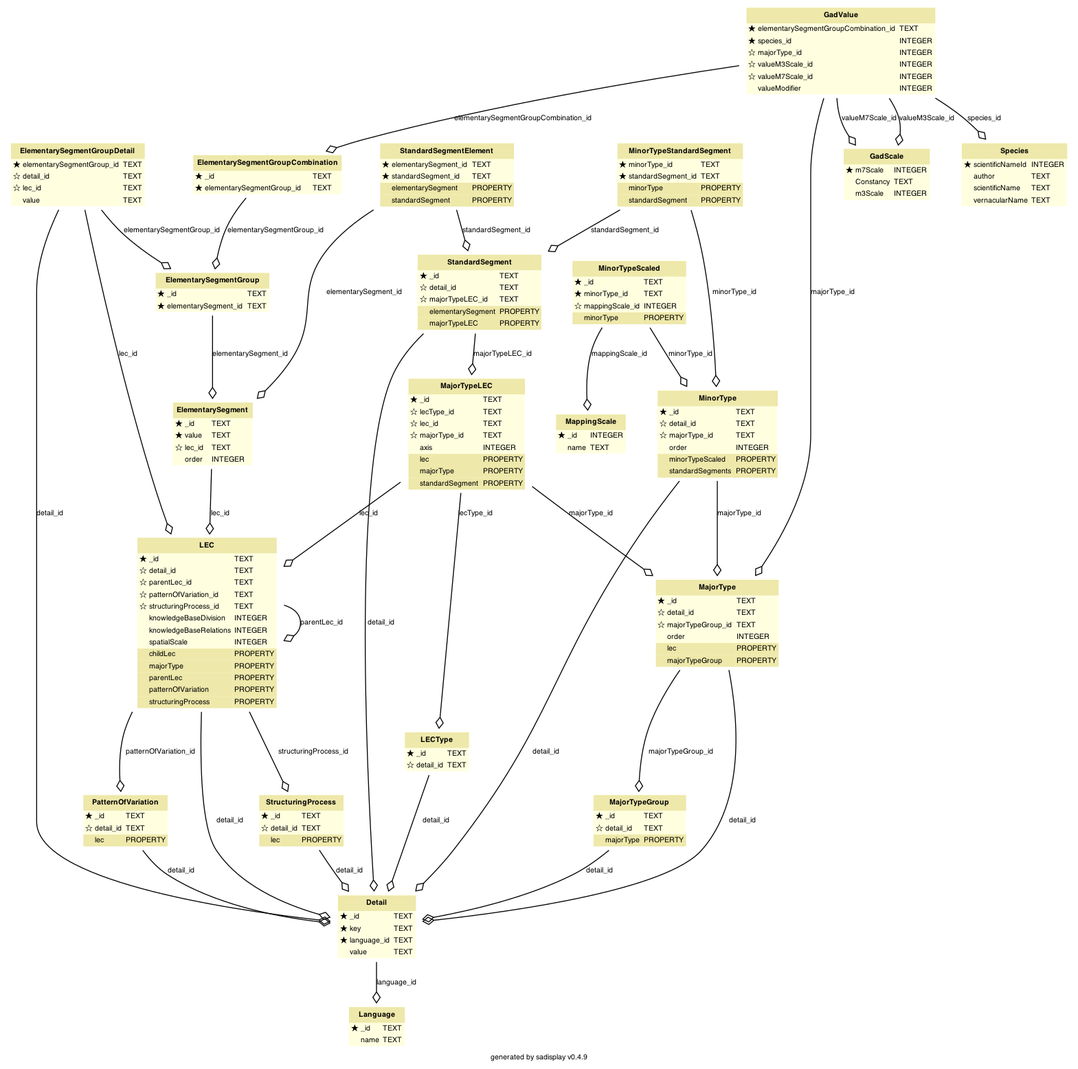
Before: scripts/database/schema.png, a diagram exported from Graphviz (MichalTorma/natur-i-norge). Its source is kept beside it as scripts/database/schema.dot.
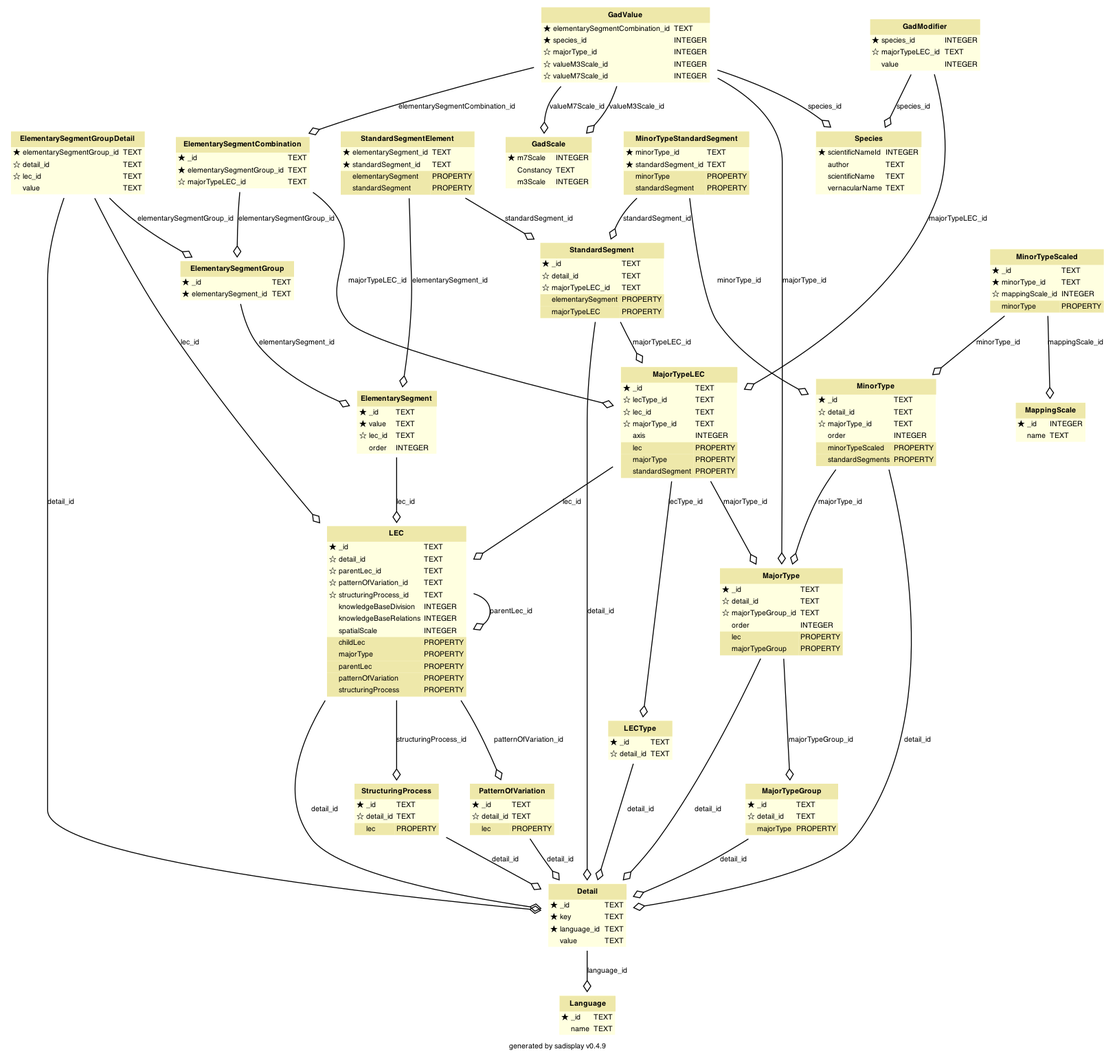
The same file after the commit.

Diff of the diagram source:
```diff
@@ -69,6 +69,29 @@
     >]
 
 
+        ElementarySegmentCombination [label=<
+        <TABLE BGCOLOR="lightyellow" BORDER="0"
+            CELLBORDER="0" CELLSPACING="0">
+                <TR><TD COLSPAN="2" CELLPADDING="4"
+                        ALIGN="CENTER" BGCOLOR="palegoldenrod"
+                ><FONT FACE="Helvetica Bold" COLOR="black"
+                >ElementarySegmentCombination</FONT></TD></TR><TR><TD ALIGN="LEFT" BORDER="0"
+        ><FONT FACE="Bitstream Vera Sans">★ _id</FONT
+        ></TD><TD ALIGN="LEFT"
+        ><FONT FACE="Bitstream Vera Sans">TEXT</FONT
+        ></TD></TR> <TR><TD ALIGN="LEFT" BORDER="0"
+        ><FONT FACE="Bitstream Vera Sans">★ elementarySegmentGroup_id</FONT
+        ></TD><TD ALIGN="LEFT"
+        ><FONT FACE="Bitstream Vera Sans">TEXT</FONT
+        ></TD></TR> <TR><TD ALIGN="LEFT" BORDER="0"
+        ><FONT FACE="Bitstream Vera Sans">☆ majorTypeLEC_id</FONT
+        ></TD><TD ALIGN="LEFT"
+        ><FONT FACE="Bitstream Vera Sans">TEXT</FONT
+        ></TD></TR>
+        </TABLE>
+    >]
+
+
         ElementarySegmentGroup [label=<
         <TABLE BGCOLOR="lightyellow" BORDER="0"
             CELLBORDER="0" CELLSPACING="0">
@@ -81,25 +104,6 @@
         ><FONT FACE="Bitstream Vera Sans">TEXT</FONT
         ></TD></TR> <TR><TD ALIGN="LEFT" BORDER="0"
         ><FONT FACE="Bitstream Vera Sans">★ elementarySegment_id</FONT
-        ></TD><TD ALIGN="LEFT"
-        ><FONT FACE="Bitstream Vera Sans">TEXT</FONT
-        ></TD></TR>
-        </TABLE>
-    >]
-
-
-        ElementarySegmentGroupCombination [label=<
-        <TABLE BGCOLOR="lightyellow" BORDER="0"
-            CELLBORDER="0" CELLSPACING="0">
-                <TR><TD COLSPAN="2" CELLPADDING="4"
-                        ALIGN="CENTER" BGCOLOR="palegoldenrod"
-                ><FONT FACE="Helvetica Bold" COLOR="black"
-                >ElementarySegmentGroupCombination</FONT></TD></TR><TR><TD ALIGN="LEFT" BORDER="0"
-        ><FONT FACE="Bitstream Vera Sans">★ _id</FONT
-        ></TD><TD ALIGN="LEFT"
-        ><FONT FACE="Bitstream Vera Sans">TEXT</FONT
-        ></TD></TR> <TR><TD ALIGN="LEFT" BORDER="0"
-        ><FONT FACE="Bitstream Vera Sans">★ elementarySegmentGroup_id</FONT
         ></TD><TD ALIGN="LEFT"
         ><FONT FACE="Bitstream Vera Sans">TEXT</FONT
         ></TD></TR>
@@ -129,6 +133,29 @@
         ><FONT FACE="Bitstream Vera Sans">⚪ value</FONT
         ></TD><TD ALIGN="LEFT"
         ><FONT FACE="Bitstream Vera Sans">TEXT</FONT
+        ></TD></TR>
+        </TABLE>
+    >]
+
+
+        GadModifier [label=<
+        <TABLE BGCOLOR="lightyellow" BORDER="0"
+            CELLBORDER="0" CELLSPACING="0">
+                <TR><TD COLSPAN="2" CELLPADDING="4"
+                        ALIGN="CENTER" BGCOLOR="palegoldenrod"
+                ><FONT FACE="Helvetica Bold" COLOR="black"
+                >GadModifier</FONT></TD></TR><TR><TD ALIGN="LEFT" BORDER="0"
+        ><FONT FACE="Bitstream Vera Sans">★ species_id</FONT
+        ></TD><TD ALIGN="LEFT"
+        ><FONT FACE="Bitstream Vera Sans">INTEGER</FONT
+        ></TD></TR> <TR><TD ALIGN="LEFT" BORDER="0"
+        ><FONT FACE="Bitstream Vera Sans">☆ majorTypeLEC_id</FONT
+        ></TD><TD ALIGN="LEFT"
+        ><FONT FACE="Bitstream Vera Sans">TEXT</FONT
+        ></TD></TR> <TR><TD ALIGN="LEFT" BORDER="0"
+        ><FONT FACE="Bitstream Vera Sans">⚪ value</FONT
+        ></TD><TD ALIGN="LEFT"
+        ><FONT FACE="Bitstream Vera Sans">INTEGER</FONT
         ></TD></TR>
         </TABLE>
     >]
@@ -164,7 +191,7 @@
                         ALIGN="CENTER" BGCOLOR="palegoldenrod"
                 ><FONT FACE="Helvetica Bold" COLOR="black"
                 >GadValue</FONT></TD></TR><TR><TD ALIGN="LEFT" BORDER="0"
-        ><FONT FACE="Bitstream Vera Sans">★ elementarySegmentGroupCombination_id</FONT
+        ><FONT FACE="Bitstream Vera Sans">★ elementarySegmentCombination_id</FONT
         ></TD><TD ALIGN="LEFT"
         ><FONT FACE="Bitstream Vera Sans">TEXT</FONT
         ></TD></TR> <TR><TD ALIGN="LEFT" BORDER="0"
@@ -181,10 +208,6 @@
         ><FONT FACE="Bitstream Vera Sans">INTEGER</FONT
         ></TD></TR> <TR><TD ALIGN="LEFT" BORDER="0"
         ><FONT FACE="Bitstream Vera Sans">☆ valueM7Scale_id</FONT
-        ></TD><TD ALIGN="LEFT"
-        ><FONT FACE="Bitstream Vera Sans">INTEGER</FONT
-        ></TD></TR> <TR><TD ALIGN="LEFT" BORDER="0"
-        ><FONT FACE="Bitstream Vera Sans">⚪ valueModifier</FONT
         ></TD><TD ALIGN="LEFT"
         ><FONT FACE="Bitstream Vera Sans">INTEGER</FONT
         ></TD></TR>
@@ -663,12 +686,15 @@
 	]
 	"Detail" -> "Language" [label = "language_id"]
 	"ElementarySegment" -> "LEC" [label = "lec_id"]
+	"ElementarySegmentCombination" -> "ElementarySegmentGroup" [label = "elementarySegmentGroup_id"]
+	"ElementarySegmentCombination" -> "MajorTypeLEC" [label = "majorTypeLEC_id"]
 	"ElementarySegmentGroup" -> "ElementarySegment" [label = "elementarySegment_id"]
-	"ElementarySegmentGroupCombination" -> "ElementarySegmentGroup" [label = "elementarySegmentGroup_id"]
 	"ElementarySegmentGroupDetail" -> "ElementarySegmentGroup" [label = "elementarySegmentGroup_id"]
 	"ElementarySegmentGroupDetail" -> "LEC" [label = "lec_id"]
 	"ElementarySegmentGroupDetail" -> "Detail" [label = "detail_id"]
-	"GadValue" -> "ElementarySegmentGroupCombination" [label = "elementarySegmentGroupCombination_id"]
+	"GadModifier" -> "MajorTypeLEC" [label = "majorTypeLEC_id"]
+	"GadModifier" -> "Species" [label = "species_id"]
+	"GadValue" -> "ElementarySegmentCombination" [label = "elementarySegmentCombination_id"]
 	"GadValue" -> "Species" [label = "species_id"]
 	"GadValue" -> "MajorType" [label = "majorType_id"]
 	"GadValue" -> "GadScale" [label = "valueM7Scale_id"]
```
